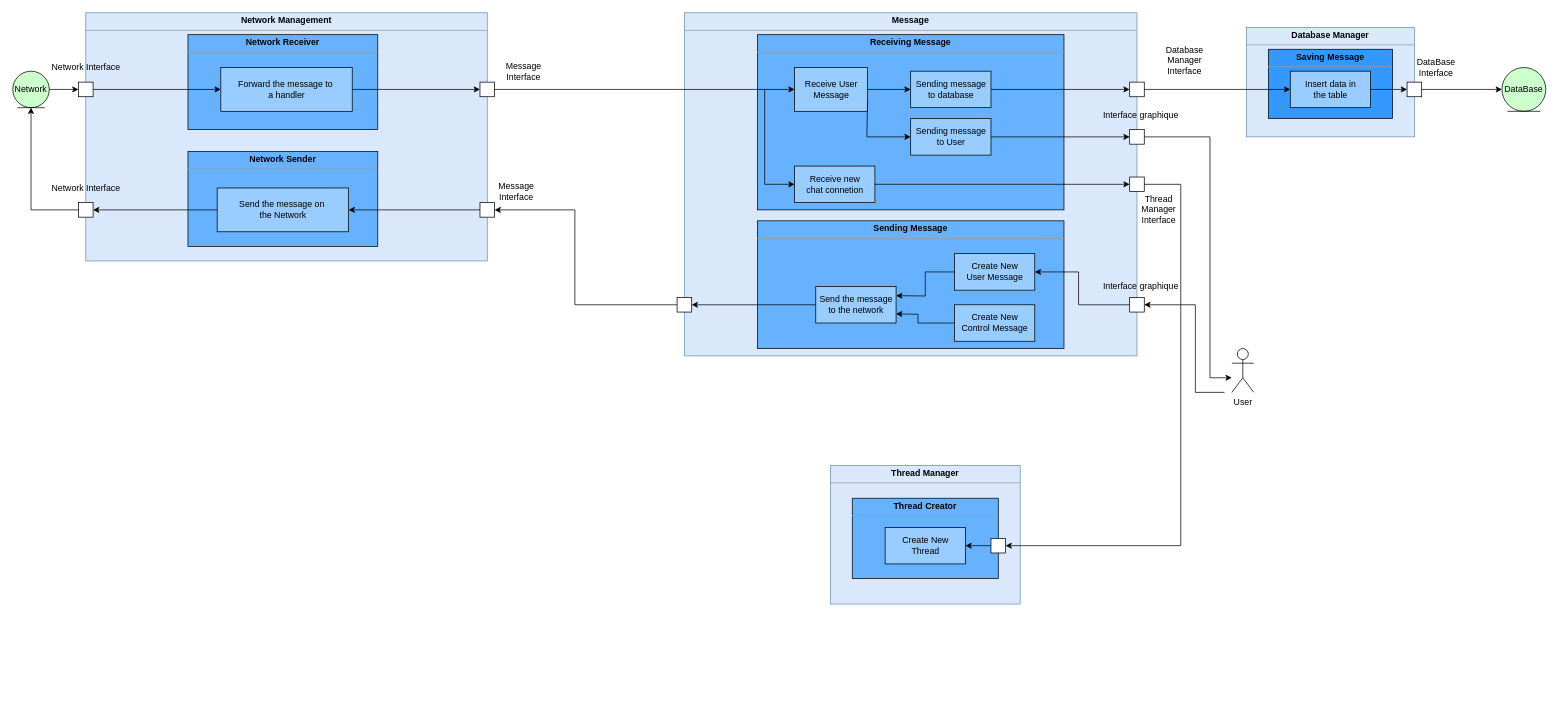
Newglear/UF_projet_java keeps this draw.io diagram as Projet/UML/versions modifiables/diagramme_composite_Network.drawio. Above is the earlier version. Source tidied: cells renumbered, new cells numbered last; positions are measured from the earlier drawing's top-left corner, leaving out a move shared by most shapes. Both pictures are drawn from the tidied source at 73%, with x=0, y=0 at pixel (12, 12).
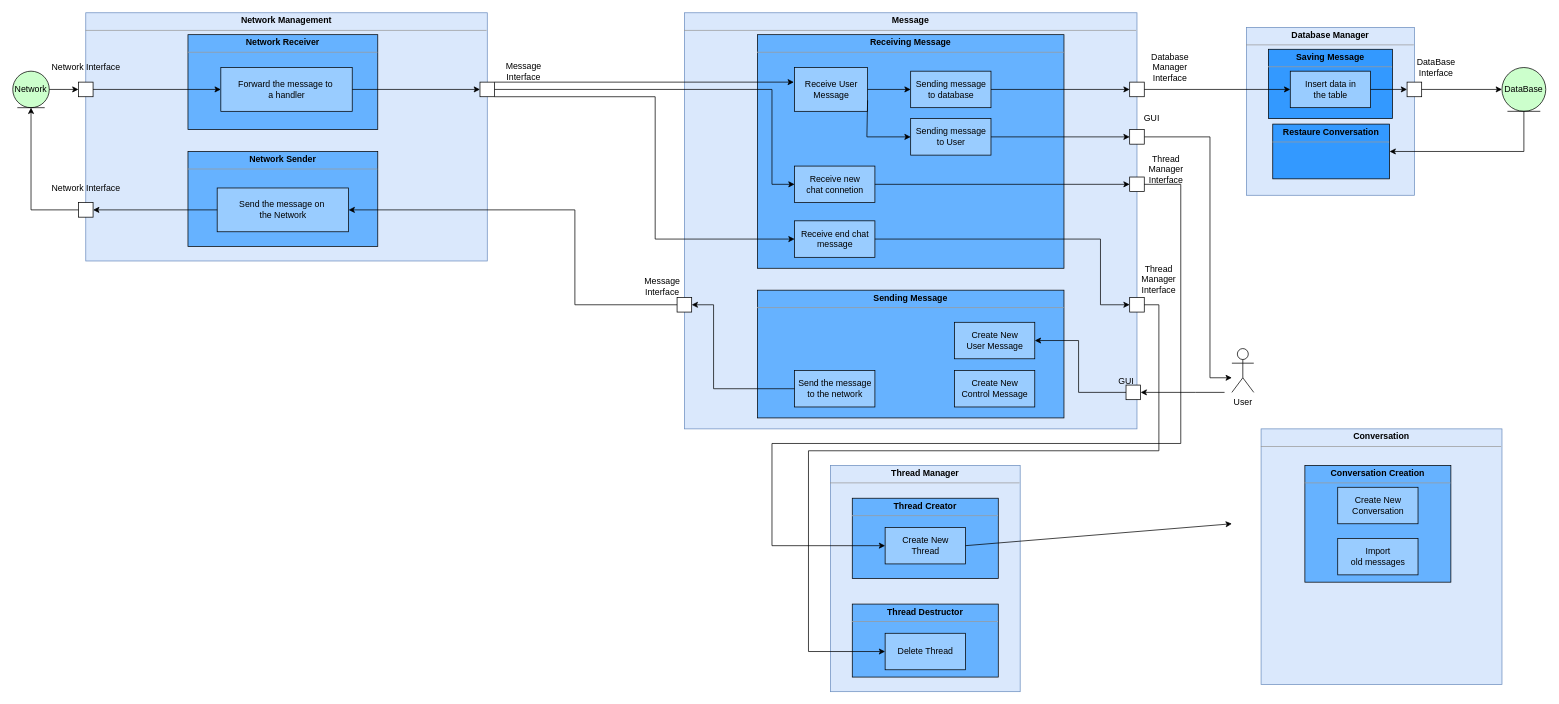
The same page after the edit.

Commit message:
Mettre à jour diagramme_composite_Network.drawio

Unchanged cells that the change refers to:
```xml
<mxCell id="11" style="whiteSpace=wrap;html=1;" parent="1" vertex="1">
  <mxGeometry x="640" y="95" width="20" height="20" as="geometry" />
</mxCell>
<mxCell id="16" value="Send the message on&amp;nbsp;&lt;br&gt;the Network" style="html=1;fillColor=#99CCFF;" parent="1" vertex="1">
  <mxGeometry x="280" y="240" width="180" height="60" as="geometry" />
</mxCell>
<mxCell id="20" style="whiteSpace=wrap;html=1;" parent="1" vertex="1">
  <mxGeometry x="910" y="390" width="20" height="20" as="geometry" />
</mxCell>
<mxCell id="29" style="whiteSpace=wrap;html=1;" parent="1" vertex="1">
  <mxGeometry x="1530" y="225" width="20" height="20" as="geometry" />
</mxCell>
<mxCell id="33" value="&lt;div&gt;Receive User &lt;br&gt;&lt;/div&gt;&lt;div&gt;Message&lt;/div&gt;" style="html=1;fillColor=#99CCFF;" parent="1" vertex="1">
  <mxGeometry x="1071" y="75" width="100" height="60" as="geometry" />
</mxCell>
<mxCell id="41" value="&lt;div&gt;Receive new&lt;/div&gt;&lt;div&gt;chat connetion&lt;br&gt;&lt;/div&gt;" style="html=1;fillColor=#99CCFF;" parent="1" vertex="1">
  <mxGeometry x="1071" y="210" width="110" height="50" as="geometry" />
</mxCell>
<mxCell id="44" value="&lt;div&gt;Create New &lt;br&gt;&lt;/div&gt;&lt;div&gt;Thread&lt;br&gt;&lt;/div&gt;" style="html=1;fillColor=#99CCFF;gradientColor=none;" parent="1" vertex="1">
  <mxGeometry x="1195" y="705" width="110" height="50" as="geometry" />
</mxCell>
<mxCell id="61" value="DataBase" style="ellipse;shape=umlEntity;whiteSpace=wrap;html=1;fillColor=#CCFFCC;" parent="1" vertex="1">
  <mxGeometry x="2040" y="75" width="60" height="60" as="geometry" />
</mxCell>
```

The edit, as a diff of the source:
```diff
@@
     <mxCell id="2" value="&lt;p style=&quot;margin:0px;margin-top:4px;text-align:center;&quot;&gt;&lt;b&gt;Message&lt;/b&gt;&lt;/p&gt;&lt;hr size=&quot;1&quot;&gt;&lt;div style=&quot;height:2px;&quot;&gt;&lt;/div&gt;" style="verticalAlign=top;align=left;overflow=fill;fontSize=12;fontFamily=Helvetica;html=1;fillColor=#dae8fc;strokeColor=#6c8ebf;" parent="1" vertex="1">
-      <mxGeometry x="920" width="620" height="470" as="geometry" />
+      <mxGeometry x="920" width="620" height="570" as="geometry" />
     </mxCell>
@@
-    <mxCell id="17" style="whiteSpace=wrap;html=1;" parent="1" vertex="1">
-      <mxGeometry x="640" y="260" width="20" height="20" as="geometry" />
-    </mxCell>
@@
     <mxCell id="19" value="&lt;p style=&quot;margin:0px;margin-top:4px;text-align:center;&quot;&gt;&lt;b&gt;Sending Message&lt;/b&gt;&lt;br&gt;&lt;/p&gt;&lt;hr size=&quot;1&quot;&gt;&lt;div style=&quot;height:2px;&quot;&gt;&lt;/div&gt;" style="verticalAlign=top;align=left;overflow=fill;fontSize=12;fontFamily=Helvetica;html=1;fillColor=#66B2FF;" parent="1" vertex="1">
-      <mxGeometry x="1020" y="285" width="420" height="175" as="geometry" />
+      <mxGeometry x="1020" y="380" width="420" height="175" as="geometry" />
     </mxCell>
@@
     <mxCell id="21" value="&lt;p style=&quot;margin:0px;margin-top:4px;text-align:center;&quot;&gt;&lt;b&gt;Receiving Message&lt;/b&gt;&lt;br&gt;&lt;/p&gt;&lt;hr size=&quot;1&quot;&gt;&lt;div style=&quot;height:2px;&quot;&gt;&lt;/div&gt;" style="verticalAlign=top;align=left;overflow=fill;fontSize=12;fontFamily=Helvetica;html=1;fillColor=#66B2FF;" parent="1" vertex="1">
-      <mxGeometry x="1020" y="30" width="420" height="240" as="geometry" />
+      <mxGeometry x="1020" y="30" width="420" height="320" as="geometry" />
     </mxCell>
@@
     <mxCell id="23" value="&lt;p style=&quot;margin:0px;margin-top:4px;text-align:center;&quot;&gt;&lt;b&gt;Database Manager&lt;br&gt;&lt;/b&gt;&lt;/p&gt;&lt;hr size=&quot;1&quot;&gt;&lt;div style=&quot;height:2px;&quot;&gt;&lt;/div&gt;" style="verticalAlign=top;align=left;overflow=fill;fontSize=12;fontFamily=Helvetica;html=1;fillColor=#dae8fc;strokeColor=#6c8ebf;" parent="1" vertex="1">
-      <mxGeometry x="1690" y="20" width="230" height="150" as="geometry" />
+      <mxGeometry x="1690" y="20" width="230" height="230" as="geometry" />
     </mxCell>
@@
-    <mxCell id="28" value="Interface graphique" style="text;html=1;align=center;verticalAlign=middle;strokeColor=none;fillColor=none;" parent="1" vertex="1">
-      <mxGeometry x="1480" y="125" width="130" height="30" as="geometry" />
+    <mxCell id="28" value="GUI" style="text;html=1;align=center;verticalAlign=middle;strokeColor=none;fillColor=none;" parent="1" vertex="1">
+      <mxGeometry x="1540" y="130" width="40" height="30" as="geometry" />
     </mxCell>
@@
     <mxCell id="31" style="whiteSpace=wrap;html=1;" parent="1" vertex="1">
-      <mxGeometry x="1530" y="390" width="20" height="20" as="geometry" />
+      <mxGeometry x="1525" y="510" width="20" height="20" as="geometry" />
     </mxCell>
     <mxCell id="32" value="&lt;p style=&quot;margin:0px;margin-top:4px;text-align:center;&quot;&gt;&lt;b&gt;Thread Manager&lt;/b&gt;&lt;/p&gt;&lt;hr size=&quot;1&quot;&gt;&lt;div style=&quot;height:2px;&quot;&gt;&lt;/div&gt;" style="verticalAlign=top;align=left;overflow=fill;fontSize=12;fontFamily=Helvetica;html=1;fillColor=#dae8fc;strokeColor=#6c8ebf;" parent="1" vertex="1">
-      <mxGeometry x="1120" y="620" width="260" height="190" as="geometry" />
+      <mxGeometry x="1120" y="620" width="260" height="310" as="geometry" />
     </mxCell>
@@
     <mxCell id="39" value="&lt;div&gt;Database&lt;/div&gt;&lt;div&gt;Manager&lt;/div&gt;&lt;div&gt;Interface&lt;br&gt;&lt;/div&gt;" style="text;html=1;align=center;verticalAlign=middle;strokeColor=none;fillColor=none;" parent="1" vertex="1">
-      <mxGeometry x="1570" y="35" width="70" height="60" as="geometry" />
+      <mxGeometry x="1550" y="45" width="70" height="60" as="geometry" />
     </mxCell>
@@
-    <mxCell id="42" style="endArrow=classic;html=1;rounded=0;exitX=1;exitY=0.5;exitDx=0;exitDy=0;entryX=0;entryY=0.5;entryDx=0;entryDy=0;" parent="1" edge="1" target="41">
+    <mxCell id="42" style="endArrow=classic;html=1;rounded=0;exitX=1;exitY=0.5;exitDx=0;exitDy=0;entryX=0;entryY=0.5;entryDx=0;entryDy=0;" parent="1" edge="1" source="11" target="41">
       <mxGeometry relative="1" as="geometry">
-        <mxPoint x="1030" y="105" as="sourcePoint" />
         <Array as="points">
-          <mxPoint x="1030" y="235" />
+          <mxPoint x="1040" y="105" />
+          <mxPoint x="1040" y="235" />
         </Array>
       </mxGeometry>
     </mxCell>
@@
     <mxCell id="46" value="&lt;div&gt;Thread&lt;/div&gt;&lt;div&gt;Manager&lt;/div&gt;&lt;div&gt;Interface&lt;br&gt;&lt;/div&gt;" style="text;html=1;strokeColor=none;fillColor=none;align=center;verticalAlign=middle;whiteSpace=wrap;rounded=0;" parent="1" vertex="1">
-      <mxGeometry x="1540" y="255" width="60" height="30" as="geometry" />
+      <mxGeometry x="1540" y="350" width="60" height="30" as="geometry" />
     </mxCell>
     <mxCell id="47" style="endArrow=classic;html=1;rounded=0;entryX=1;entryY=0.5;entryDx=0;entryDy=0;" parent="1" edge="1" target="31">
       <mxGeometry relative="1" as="geometry">
         <mxPoint x="1660" y="520" as="sourcePoint" />
         <Array as="points">
           <mxPoint x="1620" y="520" />
-          <mxPoint x="1620" y="400" />
         </Array>
       </mxGeometry>
     </mxCell>
     <mxCell id="48" value="&lt;div&gt;Create New&lt;/div&gt;&lt;div&gt;User Message&lt;br&gt;&lt;/div&gt;" style="html=1;fillColor=#99CCFF;" parent="1" vertex="1">
-      <mxGeometry x="1290" y="330" width="110" height="50" as="geometry" />
+      <mxGeometry x="1290" y="424" width="110" height="50" as="geometry" />
     </mxCell>
     <mxCell id="49" value="&lt;div&gt;Create New&lt;/div&gt;&lt;div&gt;Control Message&lt;br&gt;&lt;/div&gt;" style="html=1;fillColor=#99CCFF;" parent="1" vertex="1">
-      <mxGeometry x="1290" y="400" width="110" height="50" as="geometry" />
+      <mxGeometry x="1290" y="490" width="110" height="50" as="geometry" />
     </mxCell>
     <mxCell id="50" value="&lt;div&gt;Send the message&lt;/div&gt;&lt;div&gt;to the network&lt;br&gt;&lt;/div&gt;" style="html=1;fillColor=#99CCFF;" parent="1" vertex="1">
-      <mxGeometry x="1100" y="375" width="110" height="50" as="geometry" />
+      <mxGeometry x="1071" y="490" width="110" height="50" as="geometry" />
     </mxCell>
-    <mxCell id="51" style="endArrow=classic;html=1;rounded=0;exitX=0;exitY=0.5;exitDx=0;exitDy=0;entryX=1;entryY=0.75;entryDx=0;entryDy=0;" parent="1" edge="1" source="49" target="50">
-      <mxGeometry relative="1" as="geometry">
-        <Array as="points">
-          <mxPoint x="1240" y="425" />
-          <mxPoint x="1240" y="413" />
-        </Array>
-      </mxGeometry>
-    </mxCell>
-    <mxCell id="52" style="endArrow=classic;html=1;rounded=0;exitX=0;exitY=0.5;exitDx=0;exitDy=0;entryX=1;entryY=0.25;entryDx=0;entryDy=0;" parent="1" edge="1" source="48" target="50">
-      <mxGeometry relative="1" as="geometry">
-        <Array as="points">
-          <mxPoint x="1250" y="355" />
-          <mxPoint x="1250" y="388" />
-        </Array>
-      </mxGeometry>
-    </mxCell>
     <mxCell id="53" style="endArrow=classic;html=1;rounded=0;exitX=0;exitY=0.5;exitDx=0;exitDy=0;entryX=1;entryY=0.5;entryDx=0;entryDy=0;" parent="1" edge="1" source="50" target="20">
-      <mxGeometry relative="1" as="geometry" />
+      <mxGeometry relative="1" as="geometry">
+        <Array as="points">
+          <mxPoint x="960" y="515" />
+          <mxPoint x="960" y="400" />
+        </Array>
+      </mxGeometry>
     </mxCell>
-    <mxCell id="54" style="endArrow=classic;html=1;rounded=0;exitX=0;exitY=0.5;exitDx=0;exitDy=0;entryX=1;entryY=0.5;entryDx=0;entryDy=0;" parent="1" edge="1" source="20" target="17">
+    <mxCell id="54" style="endArrow=classic;html=1;rounded=0;exitX=0;exitY=0.5;exitDx=0;exitDy=0;entryX=1;entryY=0.5;entryDx=0;entryDy=0;" parent="1" edge="1" source="20" target="16">
       <mxGeometry relative="1" as="geometry">
         <Array as="points">
           <mxPoint x="770" y="400" />
           <mxPoint x="770" y="270" />
         </Array>
       </mxGeometry>
     </mxCell>
     <mxCell id="55" value="Message Interface" style="text;html=1;strokeColor=none;fillColor=none;align=center;verticalAlign=middle;whiteSpace=wrap;rounded=0;" parent="1" vertex="1">
-      <mxGeometry x="660" y="230" width="60" height="30" as="geometry" />
+      <mxGeometry x="860" y="360" width="60" height="30" as="geometry" />
     </mxCell>
-    <mxCell id="56" style="endArrow=classic;html=1;rounded=0;exitX=0;exitY=0.5;exitDx=0;exitDy=0;entryX=1;entryY=0.5;entryDx=0;entryDy=0;" parent="1" edge="1" source="17" target="16">
-      <mxGeometry relative="1" as="geometry" />
-    </mxCell>
@@
-    <mxCell id="59" value="Interface graphique" style="text;html=1;align=center;verticalAlign=middle;strokeColor=none;fillColor=none;" parent="1" vertex="1">
-      <mxGeometry x="1480" y="360" width="130" height="30" as="geometry" />
+    <mxCell id="59" value="GUI" style="text;html=1;align=center;verticalAlign=middle;strokeColor=none;fillColor=none;rotation=0;" parent="1" vertex="1">
+      <mxGeometry x="1505" y="490" width="40" height="30" as="geometry" />
     </mxCell>
-    <mxCell id="60" style="endArrow=classic;html=1;rounded=0;exitX=0;exitY=0.5;exitDx=0;exitDy=0;entryX=1;entryY=0.5;entryDx=0;entryDy=0;" parent="1" edge="1" source="31" target="48">
-      <mxGeometry relative="1" as="geometry">
-        <Array as="points">
-          <mxPoint x="1460" y="400" />
-          <mxPoint x="1460" y="355" />
-        </Array>
-      </mxGeometry>
-    </mxCell>
@@
-    <mxCell id="67" style="endArrow=classic;html=1;rounded=0;exitX=1;exitY=0.5;exitDx=0;exitDy=0;entryX=1;entryY=0.5;entryDx=0;entryDy=0;" parent="1" edge="1" source="29" target="68">
+    <mxCell id="67" style="endArrow=classic;html=1;rounded=0;exitX=1;exitY=0.5;exitDx=0;exitDy=0;entryX=0;entryY=0.5;entryDx=0;entryDy=0;" parent="1" edge="1" source="29" target="44">
       <mxGeometry relative="1" as="geometry">
         <Array as="points">
           <mxPoint x="1600" y="235" />
-          <mxPoint x="1600" y="730" />
+          <mxPoint x="1600" y="590" />
+          <mxPoint x="1040" y="590" />
+          <mxPoint x="1040" y="730" />
         </Array>
       </mxGeometry>
     </mxCell>
-    <mxCell id="68" style="whiteSpace=wrap;html=1;" parent="1" vertex="1">
-      <mxGeometry x="1340" y="720" width="20" height="20" as="geometry" />
-    </mxCell>
-    <mxCell id="69" style="endArrow=classic;html=1;rounded=0;exitX=0;exitY=0.5;exitDx=0;exitDy=0;entryX=1;entryY=0.5;entryDx=0;entryDy=0;" parent="1" edge="1" source="68" target="44">
-      <mxGeometry relative="1" as="geometry" />
-    </mxCell>
-    <mxCell id="70" style="endArrow=classic;html=1;rounded=0;exitX=1;exitY=0.5;exitDx=0;exitDy=0;entryX=0;entryY=0.5;entryDx=0;entryDy=0;" parent="1" edge="1" source="11" target="33">
-      <mxGeometry relative="1" as="geometry" />
+    <mxCell id="70" style="endArrow=classic;html=1;rounded=0;exitX=1;exitY=0;exitDx=0;exitDy=0;" parent="1" edge="1" source="11">
+      <mxGeometry relative="1" as="geometry">
+        <mxPoint x="1070" y="95" as="targetPoint" />
+      </mxGeometry>
     </mxCell>
+    <mxCell id="71" value="&lt;div&gt;Receive end chat&lt;/div&gt;&lt;div&gt;message&lt;br&gt;&lt;/div&gt;" style="html=1;fillColor=#99CCFF;" parent="1" vertex="1">
+      <mxGeometry x="1071" y="285" width="110" height="50" as="geometry" />
+    </mxCell>
+    <mxCell id="72" style="endArrow=classic;html=1;rounded=0;exitX=1;exitY=1;exitDx=0;exitDy=0;entryX=0;entryY=0.5;entryDx=0;entryDy=0;" parent="1" edge="1" source="11" target="71">
+      <mxGeometry relative="1" as="geometry">
+        <Array as="points">
+          <mxPoint x="880" y="115" />
+          <mxPoint x="880" y="310" />
+        </Array>
+      </mxGeometry>
+    </mxCell>
+    <mxCell id="73" value="&lt;p style=&quot;margin:0px;margin-top:4px;text-align:center;&quot;&gt;&lt;b&gt;Thread Destructor&lt;br&gt;&lt;/b&gt;&lt;/p&gt;&lt;hr size=&quot;1&quot;&gt;&lt;div style=&quot;height:2px;&quot;&gt;&lt;/div&gt;" style="verticalAlign=top;align=left;overflow=fill;fontSize=12;fontFamily=Helvetica;html=1;fillColor=#66B2FF;gradientColor=none;" parent="1" vertex="1">
+      <mxGeometry x="1150" y="810" width="200" height="100" as="geometry" />
+    </mxCell>
+    <mxCell id="74" value="Delete Thread" style="html=1;fillColor=#99CCFF;gradientColor=none;" parent="1" vertex="1">
+      <mxGeometry x="1195" y="850" width="110" height="50" as="geometry" />
+    </mxCell>
+    <mxCell id="60" style="endArrow=classic;html=1;rounded=0;exitX=0;exitY=0.5;exitDx=0;exitDy=0;entryX=1;entryY=0.5;entryDx=0;entryDy=0;" parent="1" edge="1" source="31" target="48">
+      <mxGeometry relative="1" as="geometry">
+        <Array as="points">
+          <mxPoint x="1460" y="520" />
+          <mxPoint x="1460" y="449" />
+        </Array>
+      </mxGeometry>
+    </mxCell>
+    <mxCell id="75" style="whiteSpace=wrap;html=1;" parent="1" vertex="1">
+      <mxGeometry x="1530" y="390" width="20" height="20" as="geometry" />
+    </mxCell>
+    <mxCell id="76" value="&lt;div&gt;Thread&lt;/div&gt;&lt;div&gt;Manager&lt;/div&gt;&lt;div&gt;Interface&lt;br&gt;&lt;/div&gt;" style="text;html=1;strokeColor=none;fillColor=none;align=center;verticalAlign=middle;whiteSpace=wrap;rounded=0;" parent="1" vertex="1">
+      <mxGeometry x="1550" y="200" width="60" height="30" as="geometry" />
+    </mxCell>
+    <mxCell id="77" style="endArrow=classic;html=1;rounded=0;exitX=1;exitY=0.5;exitDx=0;exitDy=0;entryX=0;entryY=0.5;entryDx=0;entryDy=0;" parent="1" edge="1" source="71" target="75">
+      <mxGeometry relative="1" as="geometry">
+        <Array as="points">
+          <mxPoint x="1490" y="310" />
+          <mxPoint x="1490" y="400" />
+        </Array>
+      </mxGeometry>
+    </mxCell>
+    <mxCell id="78" style="endArrow=classic;html=1;rounded=0;exitX=1;exitY=0.5;exitDx=0;exitDy=0;entryX=0;entryY=0.5;entryDx=0;entryDy=0;" parent="1" edge="1" source="75" target="74">
+      <mxGeometry relative="1" as="geometry">
+        <Array as="points">
+          <mxPoint x="1570" y="400" />
+          <mxPoint x="1570" y="600" />
+          <mxPoint x="1090" y="600" />
+          <mxPoint x="1090" y="875" />
+        </Array>
+      </mxGeometry>
+    </mxCell>
+    <mxCell id="79" value="&lt;p style=&quot;margin:0px;margin-top:4px;text-align:center;&quot;&gt;&lt;b&gt;Conversation&lt;/b&gt;&lt;/p&gt;&lt;hr size=&quot;1&quot;&gt;&lt;div style=&quot;height:2px;&quot;&gt;&lt;/div&gt;" style="verticalAlign=top;align=left;overflow=fill;fontSize=12;fontFamily=Helvetica;html=1;fillColor=#dae8fc;strokeColor=#6c8ebf;" parent="1" vertex="1">
+      <mxGeometry x="1710" y="570" width="330" height="350" as="geometry" />
+    </mxCell>
+    <mxCell id="80" value="&lt;p style=&quot;margin:0px;margin-top:4px;text-align:center;&quot;&gt;&lt;b&gt;Conversation Creation&lt;/b&gt;&lt;br&gt;&lt;/p&gt;&lt;hr size=&quot;1&quot;&gt;&lt;div style=&quot;height:2px;&quot;&gt;&lt;/div&gt;" style="verticalAlign=top;align=left;overflow=fill;fontSize=12;fontFamily=Helvetica;html=1;fillColor=#66B2FF;" parent="1" vertex="1">
+      <mxGeometry x="1770" y="620" width="200" height="160" as="geometry" />
+    </mxCell>
+    <mxCell id="81" value="&lt;p style=&quot;margin:0px;margin-top:4px;text-align:center;&quot;&gt;&lt;b&gt;Restaure Conversation&lt;br&gt;&lt;/b&gt;&lt;/p&gt;&lt;hr size=&quot;1&quot;&gt;&lt;div style=&quot;height:2px;&quot;&gt;&lt;/div&gt;" style="verticalAlign=top;align=left;overflow=fill;fontSize=12;fontFamily=Helvetica;html=1;fillColor=#3399FF;gradientColor=none;" parent="1" vertex="1">
+      <mxGeometry x="1726" y="152.5" width="160" height="75" as="geometry" />
+    </mxCell>
+    <mxCell id="82" style="endArrow=classic;html=1;rounded=0;exitX=1;exitY=0.5;exitDx=0;exitDy=0;" parent="1" edge="1" source="44">
+      <mxGeometry relative="1" as="geometry">
+        <mxPoint x="1670" y="700" as="targetPoint" />
+      </mxGeometry>
+    </mxCell>
+    <mxCell id="83" style="endArrow=classic;html=1;rounded=0;exitX=0.5;exitY=1;exitDx=0;exitDy=0;entryX=1;entryY=0.5;entryDx=0;entryDy=0;" parent="1" edge="1" source="61" target="81">
+      <mxGeometry relative="1" as="geometry">
+        <Array as="points">
+          <mxPoint x="2070" y="190" />
+        </Array>
+      </mxGeometry>
+    </mxCell>
+    <mxCell id="84" value="&lt;div&gt;Create New &lt;br&gt;&lt;/div&gt;&lt;div&gt;Conversation&lt;br&gt;&lt;/div&gt;" style="html=1;fillColor=#99CCFF;gradientColor=none;" parent="1" vertex="1">
+      <mxGeometry x="1815" y="650" width="110" height="50" as="geometry" />
+    </mxCell>
+    <mxCell id="85" value="&lt;div&gt;Import&lt;/div&gt;&lt;div&gt;old messages&lt;br&gt;&lt;/div&gt;" style="html=1;fillColor=#99CCFF;gradientColor=none;" parent="1" vertex="1">
+      <mxGeometry x="1815" y="720" width="110" height="50" as="geometry" />
+    </mxCell>
```
